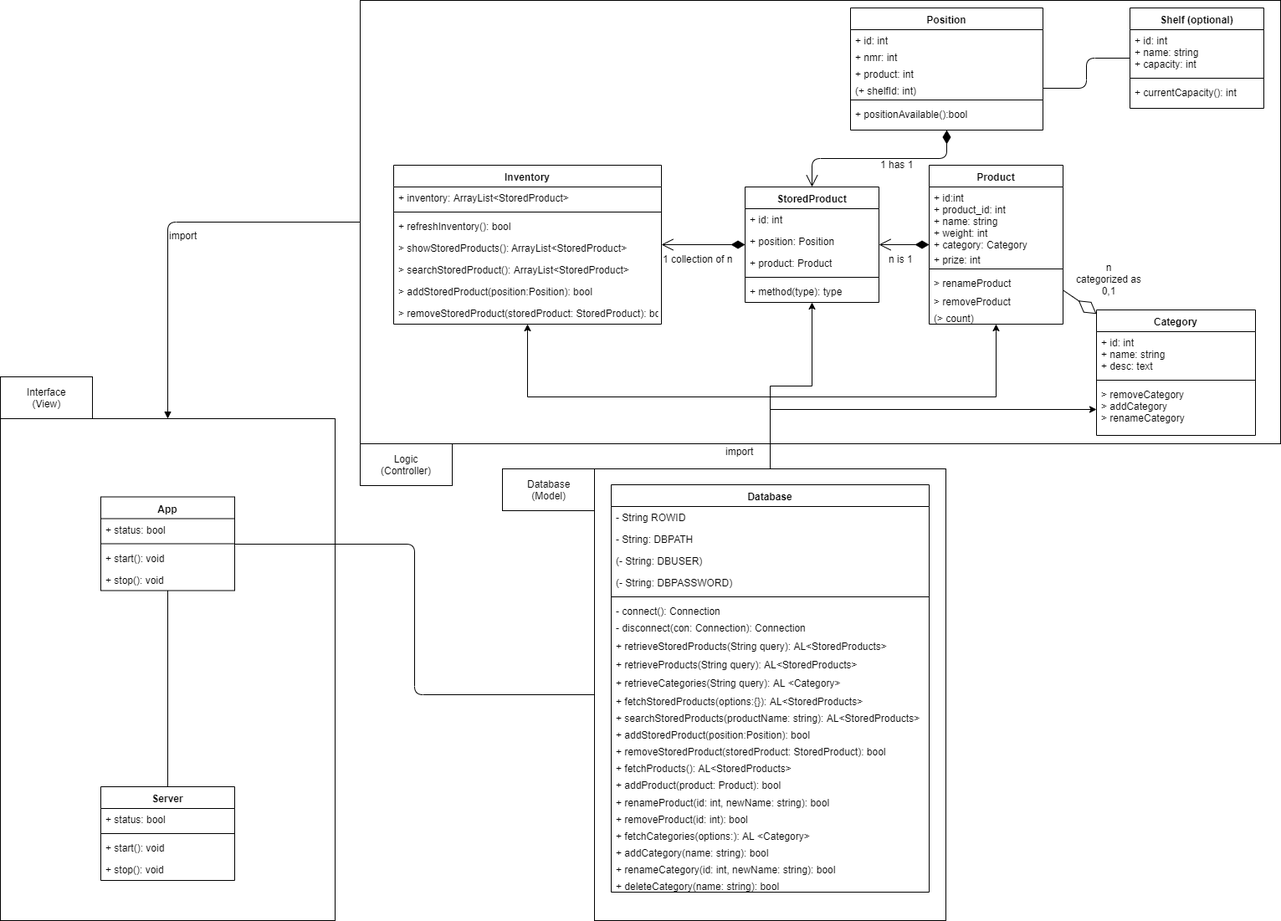
Earlier version of the draw.io export dev/models/UML Klassendiagram.png (callidaria/pen-testing). Source tidied: cells renumbered, new cells last; positions are measured from the earlier drawing's top-left corner, leaving out a move shared by most shapes.
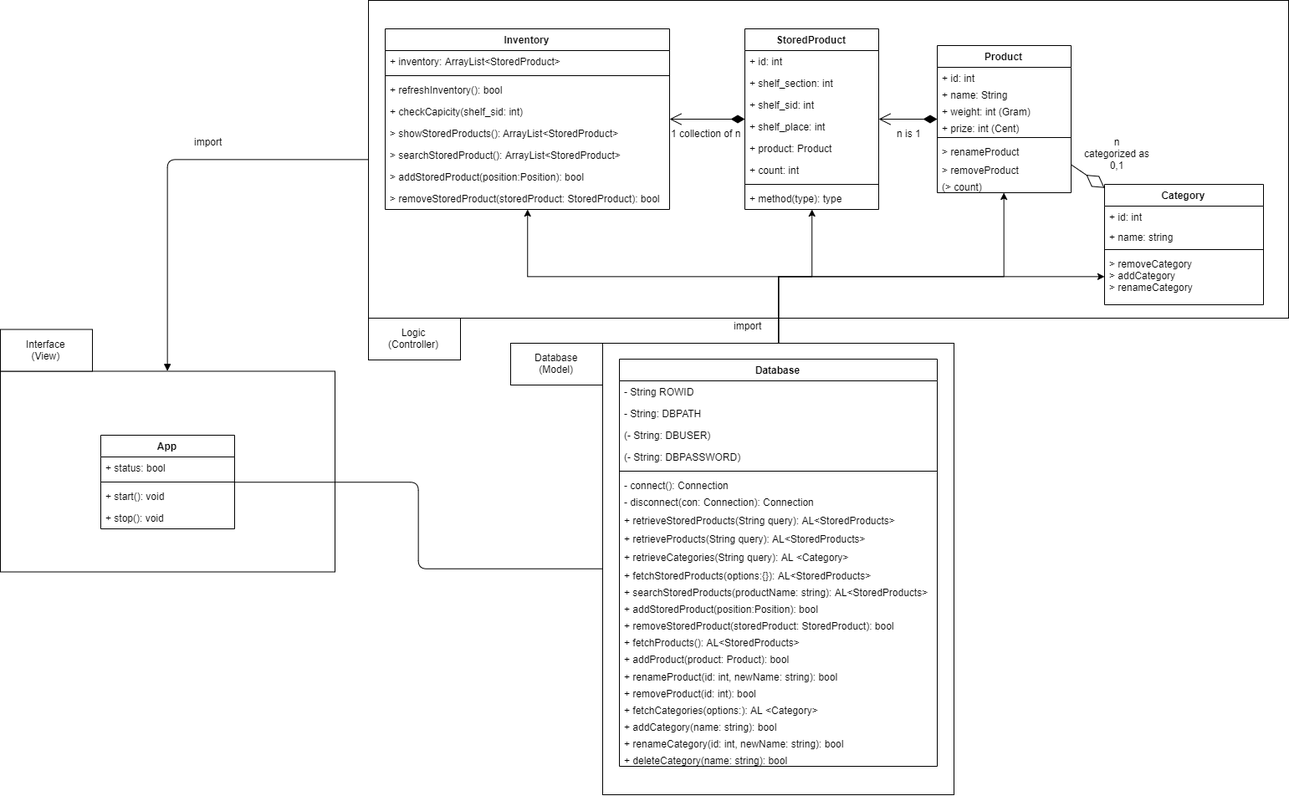
Later version of the same file.

The edit, as a diff of the source:
```diff
@@ -5,3 +5,3 @@
     <mxCell id="2" style="rounded=0;whiteSpace=wrap;html=1;" parent="1" vertex="1">
-      <mxGeometry x="430" width="1100" height="530" as="geometry" />
+      <mxGeometry x="430" y="150" width="1100" height="380" as="geometry" />
     </mxCell>
@@ -11,69 +11,45 @@
     <mxCell id="4" style="rounded=0;whiteSpace=wrap;html=1;" parent="1" vertex="1">
-      <mxGeometry y="500" width="400" height="600" as="geometry" />
+      <mxGeometry x="-10" y="593.5" width="400" height="240" as="geometry" />
     </mxCell>
-    <mxCell id="5" value="Shelf (optional)" style="swimlane;fontStyle=1;align=center;verticalAlign=top;horizontal=1;startSize=26;" parent="1" vertex="1">
-      <mxGeometry x="1350" y="9" width="160" height="120" as="geometry" />
-    </mxCell>
-    <mxCell id="6" value="+ id: int&#10;+ name: string&#10;+ capacity: int" style="text;strokeColor=none;fillColor=none;align=left;verticalAlign=top;spacingLeft=4;spacingRight=4;overflow=hidden;" parent="5" vertex="1">
-      <mxGeometry y="26" width="160" height="54" as="geometry" />
-    </mxCell>
-    <mxCell id="7" style="line;strokeWidth=1;fillColor=none;align=left;verticalAlign=middle;spacingTop=-1;spacingLeft=3;spacingRight=3;labelPosition=right;" parent="5" vertex="1">
-      <mxGeometry y="80" width="160" height="8" as="geometry" />
-    </mxCell>
-    <mxCell id="8" value="+ currentCapacity(): int" style="text;strokeColor=none;fillColor=none;align=left;verticalAlign=top;spacingLeft=4;spacingRight=4;overflow=hidden;" parent="5" vertex="1">
-      <mxGeometry y="88" width="160" height="32" as="geometry" />
-    </mxCell>
-    <mxCell id="9" value="Position" style="swimlane;fontStyle=1;align=center;verticalAlign=top;horizontal=1;startSize=26;" parent="1" vertex="1">
-      <mxGeometry x="1016" y="9" width="230" height="146" as="geometry" />
-    </mxCell>
+    <mxCell id="16" value="Product" style="swimlane;fontStyle=1;align=center;verticalAlign=top;horizontal=1;startSize=26;" parent="1" vertex="1">
+      <mxGeometry x="1110" y="204" width="160" height="176" as="geometry" />
+    </mxCell>
-    <mxCell id="10" value="+ id: int" style="text;strokeColor=none;fillColor=none;align=left;verticalAlign=top;spacingLeft=4;spacingRight=4;overflow=hidden;" parent="9" vertex="1">
-      <mxGeometry y="26" width="230" height="20" as="geometry" />
+    <mxCell id="10" value="+ id: int" style="text;strokeColor=none;fillColor=none;align=left;verticalAlign=top;spacingLeft=4;spacingRight=4;overflow=hidden;" parent="16" vertex="1">
+      <mxGeometry y="26" width="160" height="20" as="geometry" />
     </mxCell>
-    <mxCell id="11" value="+ nmr: int" style="text;strokeColor=none;fillColor=none;align=left;verticalAlign=top;spacingLeft=4;spacingRight=4;overflow=hidden;" parent="9" vertex="1">
-      <mxGeometry y="46" width="230" height="20" as="geometry" />
-    </mxCell>
-    <mxCell id="12" value="+ product: int" style="text;strokeColor=none;fillColor=none;align=left;verticalAlign=top;spacingLeft=4;spacingRight=4;overflow=hidden;" parent="9" vertex="1">
-      <mxGeometry y="66" width="230" height="20" as="geometry" />
-    </mxCell>
-    <mxCell id="13" value="(+ shelfId: int)" style="text;strokeColor=none;fillColor=none;align=left;verticalAlign=top;spacingLeft=4;spacingRight=4;overflow=hidden;points=[[0,0.5],[1,0.5]];portConstraint=eastwest;" parent="9" vertex="1">
-      <mxGeometry y="86" width="230" height="20" as="geometry" />
-    </mxCell>
-    <mxCell id="14" style="line;strokeWidth=1;fillColor=none;align=left;verticalAlign=middle;spacingTop=-1;spacingLeft=3;spacingRight=3;labelPosition=right;" parent="9" vertex="1">
-      <mxGeometry y="106" width="230" height="8" as="geometry" />
-    </mxCell>
-    <mxCell id="15" value="+ positionAvailable():bool" style="text;strokeColor=none;fillColor=none;align=left;verticalAlign=top;spacingLeft=4;spacingRight=4;overflow=hidden;" parent="9" vertex="1">
-      <mxGeometry y="114" width="230" height="32" as="geometry" />
-    </mxCell>
-    <mxCell id="16" value="Product" style="swimlane;fontStyle=1;align=center;verticalAlign=top;horizontal=1;startSize=26;" parent="1" vertex="1">
-      <mxGeometry x="1110" y="197" width="160" height="190" as="geometry" />
-    </mxCell>
-    <mxCell id="17" value="+ id:int&#10;+ product_id: int&#10;+ name: string&#10;+ weight: int&#10;+ category: Category" style="text;strokeColor=none;fillColor=none;align=left;verticalAlign=top;spacingLeft=4;spacingRight=4;overflow=hidden;" parent="16" vertex="1">
-      <mxGeometry y="26" width="160" height="74" as="geometry" />
-    </mxCell>
+    <mxCell id="96" value="+ name: String" style="text;strokeColor=none;fillColor=none;align=left;verticalAlign=top;spacingLeft=4;spacingRight=4;overflow=hidden;" parent="16" vertex="1">
+      <mxGeometry y="46" width="160" height="20" as="geometry" />
+    </mxCell>
-    <mxCell id="18" value="+ prize: int" style="text;strokeColor=none;fillColor=none;align=left;verticalAlign=top;spacingLeft=4;spacingRight=4;overflow=hidden;" parent="16" vertex="1">
-      <mxGeometry y="100" width="160" height="20" as="geometry" />
+    <mxCell id="18" value="+ weight: int (Gram)" style="text;strokeColor=none;fillColor=none;align=left;verticalAlign=top;spacingLeft=4;spacingRight=4;overflow=hidden;" parent="16" vertex="1">
+      <mxGeometry y="66" width="160" height="20" as="geometry" />
     </mxCell>
+    <mxCell id="97" value="+ prize: int (Cent)" style="text;strokeColor=none;fillColor=none;align=left;verticalAlign=top;spacingLeft=4;spacingRight=4;overflow=hidden;" parent="16" vertex="1">
+      <mxGeometry y="86" width="160" height="20" as="geometry" />
+    </mxCell>
     <mxCell id="19" style="line;strokeWidth=1;fillColor=none;align=left;verticalAlign=middle;spacingTop=-1;spacingLeft=3;spacingRight=3;labelPosition=right;" parent="16" vertex="1">
-      <mxGeometry y="120" width="160" height="8" as="geometry" />
+      <mxGeometry y="106" width="160" height="8" as="geometry" />
     </mxCell>
     <mxCell id="20" value="&gt; renameProduct" style="text;strokeColor=none;fillColor=none;align=left;verticalAlign=top;spacingLeft=4;spacingRight=4;overflow=hidden;" parent="16" vertex="1">
-      <mxGeometry y="128" width="160" height="22" as="geometry" />
+      <mxGeometry y="114" width="160" height="22" as="geometry" />
     </mxCell>
     <mxCell id="21" value="&gt; removeProduct" style="text;strokeColor=none;fillColor=none;align=left;verticalAlign=top;spacingLeft=4;spacingRight=4;overflow=hidden;" parent="16" vertex="1">
-      <mxGeometry y="150" width="160" height="20" as="geometry" />
+      <mxGeometry y="136" width="160" height="20" as="geometry" />
     </mxCell>
     <mxCell id="22" value="(&gt; count)" style="text;strokeColor=none;fillColor=none;align=left;verticalAlign=top;spacingLeft=4;spacingRight=4;overflow=hidden;" parent="16" vertex="1">
-      <mxGeometry y="170" width="160" height="20" as="geometry" />
+      <mxGeometry y="156" width="160" height="20" as="geometry" />
     </mxCell>
     <mxCell id="23" value="Category" style="swimlane;fontStyle=1;align=center;verticalAlign=top;horizontal=1;startSize=26;" parent="1" vertex="1">
-      <mxGeometry x="1310" y="370" width="190" height="150" as="geometry" />
+      <mxGeometry x="1310" y="370" width="190" height="144" as="geometry" />
     </mxCell>
-    <mxCell id="24" value="+ id: int&#10;+ name: string&#10;+ desc: text" style="text;strokeColor=none;fillColor=none;align=left;verticalAlign=top;spacingLeft=4;spacingRight=4;overflow=hidden;" parent="23" vertex="1">
-      <mxGeometry y="26" width="190" height="54" as="geometry" />
+    <mxCell id="24" value="+ id: int" style="text;strokeColor=none;fillColor=none;align=left;verticalAlign=top;spacingLeft=4;spacingRight=4;overflow=hidden;" parent="23" vertex="1">
+      <mxGeometry y="26" width="190" height="24" as="geometry" />
     </mxCell>
+    <mxCell id="98" value="+ name: string" style="text;strokeColor=none;fillColor=none;align=left;verticalAlign=top;spacingLeft=4;spacingRight=4;overflow=hidden;" parent="23" vertex="1">
+      <mxGeometry y="50" width="190" height="24" as="geometry" />
+    </mxCell>
     <mxCell id="25" style="line;strokeWidth=1;fillColor=none;align=left;verticalAlign=middle;spacingTop=-1;spacingLeft=3;spacingRight=3;labelPosition=right;" parent="23" vertex="1">
-      <mxGeometry y="80" width="190" height="8" as="geometry" />
+      <mxGeometry y="74" width="190" height="8" as="geometry" />
     </mxCell>
     <mxCell id="26" value="&gt; removeCategory&#10;&gt; addCategory&#10;&gt; renameCategory" style="text;strokeColor=none;fillColor=none;align=left;verticalAlign=top;spacingLeft=4;spacingRight=4;overflow=hidden;points=[[0,0.5],[1,0.5]];portConstraint=eastwest;" parent="23" vertex="1">
-      <mxGeometry y="88" width="190" height="62" as="geometry" />
+      <mxGeometry y="82" width="190" height="62" as="geometry" />
     </mxCell>
@@ -154,34 +130,43 @@
     </mxCell>
-    <mxCell id="52" style="endArrow=none;html=1;edgeStyle=orthogonalEdgeStyle;" parent="1" edge="1" source="5" target="13">
-      <mxGeometry relative="1" as="geometry" />
-    </mxCell>
     <mxCell id="53" value="Inventory" style="swimlane;fontStyle=1;align=center;verticalAlign=top;horizontal=1;startSize=26;" parent="1" vertex="1">
-      <mxGeometry x="470" y="197" width="320" height="190" as="geometry" />
+      <mxGeometry x="450" y="184" width="340" height="216" as="geometry" />
     </mxCell>
     <mxCell id="54" value="+ inventory: ArrayList&lt;StoredProduct&gt;" style="text;strokeColor=none;fillColor=none;align=left;verticalAlign=top;spacingLeft=4;spacingRight=4;overflow=hidden;" parent="53" vertex="1">
-      <mxGeometry y="26" width="320" height="26" as="geometry" />
+      <mxGeometry y="26" width="340" height="26" as="geometry" />
     </mxCell>
     <mxCell id="55" style="line;strokeWidth=1;fillColor=none;align=left;verticalAlign=middle;spacingTop=-1;spacingLeft=3;spacingRight=3;labelPosition=right;" parent="53" vertex="1">
-      <mxGeometry y="52" width="320" height="8" as="geometry" />
+      <mxGeometry y="52" width="340" height="8" as="geometry" />
     </mxCell>
     <mxCell id="56" value="+ refreshInventory(): bool" style="text;strokeColor=none;fillColor=none;align=left;verticalAlign=top;spacingLeft=4;spacingRight=4;overflow=hidden;" parent="53" vertex="1">
-      <mxGeometry y="60" width="320" height="26" as="geometry" />
+      <mxGeometry y="60" width="340" height="26" as="geometry" />
     </mxCell>
+    <mxCell id="99" value="+ checkCapicity(shelf_sid: int)" style="text;strokeColor=none;fillColor=none;align=left;verticalAlign=top;spacingLeft=4;spacingRight=4;overflow=hidden;" parent="53" vertex="1">
+      <mxGeometry y="86" width="340" height="26" as="geometry" />
+    </mxCell>
     <mxCell id="57" value="&gt; showStoredProducts(): ArrayList&lt;StoredProduct&gt;" style="text;strokeColor=none;fillColor=none;align=left;verticalAlign=top;spacingLeft=4;spacingRight=4;overflow=hidden;" parent="53" vertex="1">
-      <mxGeometry y="86" width="320" height="26" as="geometry" />
+      <mxGeometry y="112" width="340" height="26" as="geometry" />
     </mxCell>
     <mxCell id="58" value="&gt; searchStoredProduct(): ArrayList&lt;StoredProduct&gt;" style="text;strokeColor=none;fillColor=none;align=left;verticalAlign=top;spacingLeft=4;spacingRight=4;overflow=hidden;" parent="53" vertex="1">
-      <mxGeometry y="112" width="320" height="26" as="geometry" />
+      <mxGeometry y="138" width="340" height="26" as="geometry" />
     </mxCell>
     <mxCell id="59" value="&gt; addStoredProduct(position:Position): bool" style="text;strokeColor=none;fillColor=none;align=left;verticalAlign=top;spacingLeft=4;spacingRight=4;overflow=hidden;" parent="53" vertex="1">
-      <mxGeometry y="138" width="320" height="26" as="geometry" />
+      <mxGeometry y="164" width="340" height="26" as="geometry" />
     </mxCell>
     <mxCell id="60" value="&gt; removeStoredProduct(storedProduct: StoredProduct): bool" style="text;strokeColor=none;fillColor=none;align=left;verticalAlign=top;spacingLeft=4;spacingRight=4;overflow=hidden;" parent="53" vertex="1">
-      <mxGeometry y="164" width="320" height="26" as="geometry" />
+      <mxGeometry y="190" width="340" height="26" as="geometry" />
     </mxCell>
     <mxCell id="61" style="edgeStyle=orthogonalEdgeStyle;rounded=0;jettySize=auto;html=1;" parent="1" edge="1" source="3" target="16">
-      <mxGeometry relative="1" as="geometry" />
+      <mxGeometry relative="1" as="geometry">
+        <Array as="points">
+          <mxPoint x="920" y="480" />
+          <mxPoint x="1190" y="480" />
+        </Array>
+      </mxGeometry>
     </mxCell>
     <mxCell id="62" style="edgeStyle=orthogonalEdgeStyle;rounded=0;jettySize=auto;html=1;" parent="1" edge="1" source="3" target="26">
-      <mxGeometry relative="1" as="geometry" />
+      <mxGeometry relative="1" as="geometry">
+        <Array as="points">
+          <mxPoint x="920" y="480" />
+        </Array>
+      </mxGeometry>
     </mxCell>
@@ -191,3 +176,3 @@
     <mxCell id="64" value="StoredProduct" style="swimlane;fontStyle=1;align=center;verticalAlign=top;horizontal=1;startSize=26;" parent="1" vertex="1">
-      <mxGeometry x="890" y="223" width="160" height="138" as="geometry" />
+      <mxGeometry x="880" y="184" width="160" height="216" as="geometry" />
     </mxCell>
@@ -196,34 +181,25 @@
     </mxCell>
-    <mxCell id="66" value="+ position: Position" style="text;strokeColor=none;fillColor=none;align=left;verticalAlign=top;spacingLeft=4;spacingRight=4;overflow=hidden;" parent="64" vertex="1">
-      <mxGeometry y="52" width="160" height="26" as="geometry" />
-    </mxCell>
+    <mxCell id="100" value="+ shelf_section: int" style="text;strokeColor=none;fillColor=none;align=left;verticalAlign=top;spacingLeft=4;spacingRight=4;overflow=hidden;" parent="64" vertex="1">
+      <mxGeometry y="52" width="160" height="26" as="geometry" />
+    </mxCell>
+    <mxCell id="101" value="+ shelf_sid: int" style="text;strokeColor=none;fillColor=none;align=left;verticalAlign=top;spacingLeft=4;spacingRight=4;overflow=hidden;" parent="64" vertex="1">
+      <mxGeometry y="78" width="160" height="26" as="geometry" />
+    </mxCell>
+    <mxCell id="102" value="+ shelf_place: int" style="text;strokeColor=none;fillColor=none;align=left;verticalAlign=top;spacingLeft=4;spacingRight=4;overflow=hidden;" parent="64" vertex="1">
+      <mxGeometry y="104" width="160" height="26" as="geometry" />
+    </mxCell>
     <mxCell id="67" value="+ product: Product" style="text;strokeColor=none;fillColor=none;align=left;verticalAlign=top;spacingLeft=4;spacingRight=4;overflow=hidden;" parent="64" vertex="1">
-      <mxGeometry y="78" width="160" height="26" as="geometry" />
+      <mxGeometry y="130" width="160" height="26" as="geometry" />
     </mxCell>
+    <mxCell id="103" value="+ count: int" style="text;strokeColor=none;fillColor=none;align=left;verticalAlign=top;spacingLeft=4;spacingRight=4;overflow=hidden;" parent="64" vertex="1">
+      <mxGeometry y="156" width="160" height="26" as="geometry" />
+    </mxCell>
     <mxCell id="68" style="line;strokeWidth=1;fillColor=none;align=left;verticalAlign=middle;spacingTop=-1;spacingLeft=3;spacingRight=3;labelPosition=right;" parent="64" vertex="1">
-      <mxGeometry y="104" width="160" height="8" as="geometry" />
+      <mxGeometry y="182" width="160" height="8" as="geometry" />
     </mxCell>
     <mxCell id="69" value="+ method(type): type" style="text;strokeColor=none;fillColor=none;align=left;verticalAlign=top;spacingLeft=4;spacingRight=4;overflow=hidden;" parent="64" vertex="1">
-      <mxGeometry y="112" width="160" height="26" as="geometry" />
+      <mxGeometry y="190" width="160" height="26" as="geometry" />
     </mxCell>
-    <mxCell id="70" value="1 has 1" style="text;html=1;align=left;verticalAlign=top;spacingTop=-4;" parent="1" vertex="1">
-      <mxGeometry x="1050" y="187" width="50" height="20" as="geometry" />
-    </mxCell>
-    <mxCell id="71" value="Server" style="swimlane;fontStyle=1;align=center;verticalAlign=top;horizontal=1;startSize=26;" parent="1" vertex="1">
-      <mxGeometry x="120" y="940" width="160" height="112" as="geometry" />
-    </mxCell>
-    <mxCell id="72" value="+ status: bool" style="text;strokeColor=none;fillColor=none;align=left;verticalAlign=top;spacingLeft=4;spacingRight=4;overflow=hidden;" parent="71" vertex="1">
-      <mxGeometry y="26" width="160" height="26" as="geometry" />
-    </mxCell>
-    <mxCell id="73" style="line;strokeWidth=1;fillColor=none;align=left;verticalAlign=middle;spacingTop=-1;spacingLeft=3;spacingRight=3;labelPosition=right;" parent="71" vertex="1">
-      <mxGeometry y="52" width="160" height="8" as="geometry" />
-    </mxCell>
-    <mxCell id="74" value="+ start(): void" style="text;strokeColor=none;fillColor=none;align=left;verticalAlign=top;spacingLeft=4;spacingRight=4;overflow=hidden;" parent="71" vertex="1">
-      <mxGeometry y="60" width="160" height="26" as="geometry" />
-    </mxCell>
-    <mxCell id="75" value="+ stop(): void" style="text;strokeColor=none;fillColor=none;align=left;verticalAlign=top;spacingLeft=4;spacingRight=4;overflow=hidden;" parent="71" vertex="1">
-      <mxGeometry y="86" width="160" height="26" as="geometry" />
-    </mxCell>
     <mxCell id="76" value="App" style="swimlane;fontStyle=1;align=center;verticalAlign=top;horizontal=1;startSize=26;" parent="1" vertex="1">
-      <mxGeometry x="120" y="593.5" width="160" height="112" as="geometry" />
+      <mxGeometry x="110" y="670" width="160" height="112" as="geometry" />
     </mxCell>
@@ -241,5 +217,2 @@
     </mxCell>
-    <mxCell id="81" style="endArrow=none;html=1;edgeStyle=orthogonalEdgeStyle;exitX=0.5;exitY=0;exitDx=0;exitDy=0;" parent="1" edge="1" source="71" target="76">
-      <mxGeometry relative="1" as="geometry" />
-    </mxCell>
     <mxCell id="82" style="endArrow=none;html=1;edgeStyle=orthogonalEdgeStyle;" parent="1" edge="1" source="76" target="3">
@@ -255,7 +228,2 @@
     </mxCell>
-    <mxCell id="85" style="endArrow=open;html=1;endSize=12;startArrow=diamondThin;startSize=14;startFill=1;edgeStyle=orthogonalEdgeStyle;align=left;verticalAlign=bottom;" parent="1" edge="1" source="9" target="64">
-      <mxGeometry y="-124" relative="1" as="geometry">
-        <mxPoint x="17" y="2" as="offset" />
-      </mxGeometry>
-    </mxCell>
     <mxCell id="86" style="endArrow=open;html=1;endSize=12;startArrow=diamondThin;startSize=14;startFill=1;edgeStyle=orthogonalEdgeStyle;align=left;verticalAlign=bottom;" parent="1" edge="1" source="16" target="64">
@@ -276,3 +244,3 @@
     <mxCell id="89" value="Interface&lt;br&gt;(View)" style="html=1;" parent="1" vertex="1">
-      <mxGeometry y="450" width="110" height="50" as="geometry" />
+      <mxGeometry x="-10" y="543.5" width="110" height="50" as="geometry" />
     </mxCell>
@@ -291,3 +259,3 @@
     <mxCell id="94" value="import" style="text;html=1;align=left;verticalAlign=top;spacingTop=-4;" parent="1" vertex="1">
-      <mxGeometry x="200" y="272" width="50" height="20" as="geometry" />
+      <mxGeometry x="220" y="310" width="50" height="20" as="geometry" />
     </mxCell>
```
